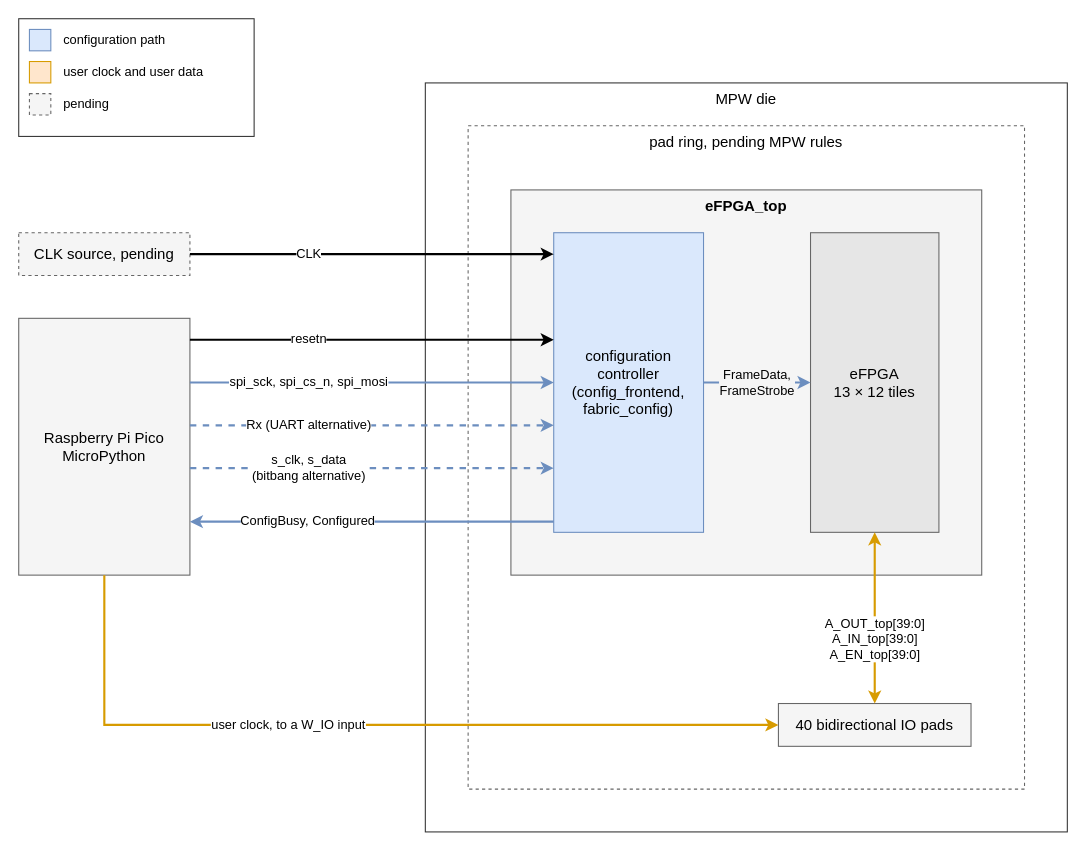
KelvinChung2000/demo-ics55 keeps this draw.io diagram as submission/images/application_scenario.drawio. Above is the earlier version. Source tidied: cells renumbered, new cells numbered last; positions are measured from the earlier drawing's top-left corner, leaving out a move shared by most shapes. Both pictures are drawn from the tidied source at 107%, with x=0, y=0 at pixel (18, 18).
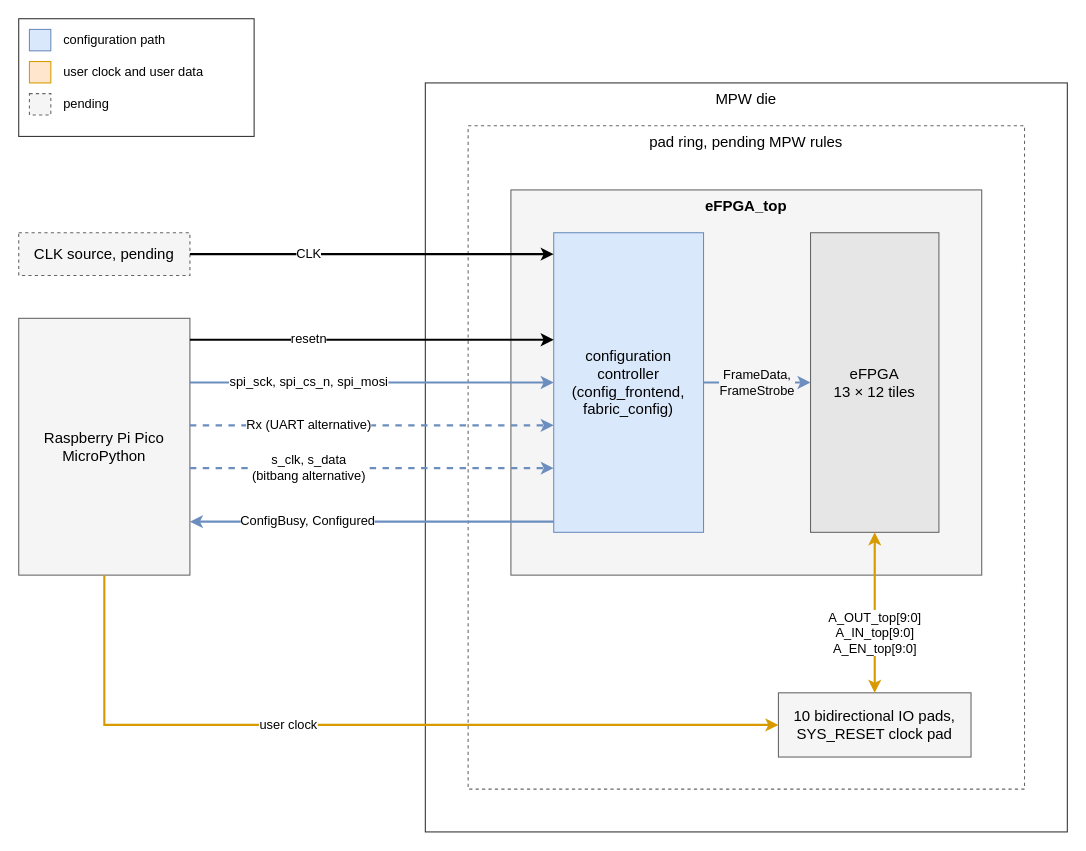
The same page after the edit.

The change refers to these unchanged cells:
```xml
<mxCell id="10" value="Raspberry Pi Pico&lt;br&gt;MicroPython" style="rounded=0;whiteSpace=wrap;html=1;fillColor=#f5f5f5;strokeColor=#666666;fontFamily=Helvetica;fontSize=14;" parent="1" vertex="1">
  <mxGeometry y="280" width="160" height="240" as="geometry" />
</mxCell>
<mxCell id="12" value="pad ring, pending MPW rules" style="rounded=0;whiteSpace=wrap;html=1;fillColor=none;strokeColor=#666666;fontFamily=Helvetica;fontSize=14;dashed=1;verticalAlign=top;" parent="11" vertex="1">
  <mxGeometry x="40" y="40" width="520" height="620" as="geometry" />
</mxCell>
<mxCell id="15" value="eFPGA&lt;br&gt;13 × 12 tiles" style="rounded=0;whiteSpace=wrap;html=1;fillColor=#e6e6e6;strokeColor=#666666;fontFamily=Helvetica;fontSize=14;" parent="13" vertex="1">
  <mxGeometry x="280" y="40" width="120" height="280" as="geometry" />
</mxCell>
```

What changed in the source:
```diff
@@
-    <mxCell id="16" value="40 bidirectional IO pads" style="rounded=0;whiteSpace=wrap;html=1;fillColor=#f5f5f5;strokeColor=#666666;fontFamily=Helvetica;fontSize=14;" parent="12" vertex="1">
-      <mxGeometry x="290" y="540" width="180" height="40" as="geometry" />
+    <mxCell id="16" value="10 bidirectional IO pads,&lt;br&gt;SYS_RESET clock pad" style="rounded=0;whiteSpace=wrap;html=1;fillColor=#f5f5f5;strokeColor=#666666;fontFamily=Helvetica;fontSize=14;" parent="12" vertex="1">
+      <mxGeometry x="290" y="530" width="180" height="60" as="geometry" />
     </mxCell>
@@
-    <mxCell id="24" value="A_OUT_top[39:0]&lt;br&gt;A_IN_top[39:0]&lt;br&gt;A_EN_top[39:0]" style="edgeStyle=orthogonalEdgeStyle;rounded=0;html=1;endArrow=classic;endFill=1;strokeColor=#d79b00;strokeWidth=2;fontFamily=Helvetica;fontSize=12;labelBackgroundColor=#ffffff;exitX=0.5;exitY=1;exitDx=0;exitDy=0;entryX=0.5;entryY=0;entryDx=0;entryDy=0;startArrow=classic;startFill=1;" parent="1" edge="1" source="15" target="16">
+    <mxCell id="24" value="A_OUT_top[9:0]&lt;br&gt;A_IN_top[9:0]&lt;br&gt;A_EN_top[9:0]" style="edgeStyle=orthogonalEdgeStyle;rounded=0;html=1;endArrow=classic;endFill=1;strokeColor=#d79b00;strokeWidth=2;fontFamily=Helvetica;fontSize=12;labelBackgroundColor=#ffffff;exitX=0.5;exitY=1;exitDx=0;exitDy=0;entryX=0.5;entryY=0;entryDx=0;entryDy=0;startArrow=classic;startFill=1;" parent="1" edge="1" source="15" target="16">
       <mxGeometry x="0.25" relative="1" as="geometry" />
     </mxCell>
-    <mxCell id="25" value="user clock, to a W_IO input" style="edgeStyle=orthogonalEdgeStyle;rounded=0;html=1;endArrow=classic;endFill=1;strokeColor=#d79b00;strokeWidth=2;fontFamily=Helvetica;fontSize=12;labelBackgroundColor=default;exitX=0.5;exitY=1;exitDx=0;exitDy=0;entryX=0;entryY=0.5;entryDx=0;entryDy=0;" parent="1" edge="1" source="10" target="16">
+    <mxCell id="25" value="user clock" style="edgeStyle=orthogonalEdgeStyle;rounded=0;html=1;endArrow=classic;endFill=1;strokeColor=#d79b00;strokeWidth=2;fontFamily=Helvetica;fontSize=12;labelBackgroundColor=default;exitX=0.5;exitY=1;exitDx=0;exitDy=0;entryX=0;entryY=0.5;entryDx=0;entryDy=0;" parent="1" edge="1" source="10" target="16">
       <mxGeometry x="-0.19" relative="1" as="geometry">
         <Array as="points">
           <mxPoint x="80" y="660" />
         </Array>
       </mxGeometry>
     </mxCell>
```
